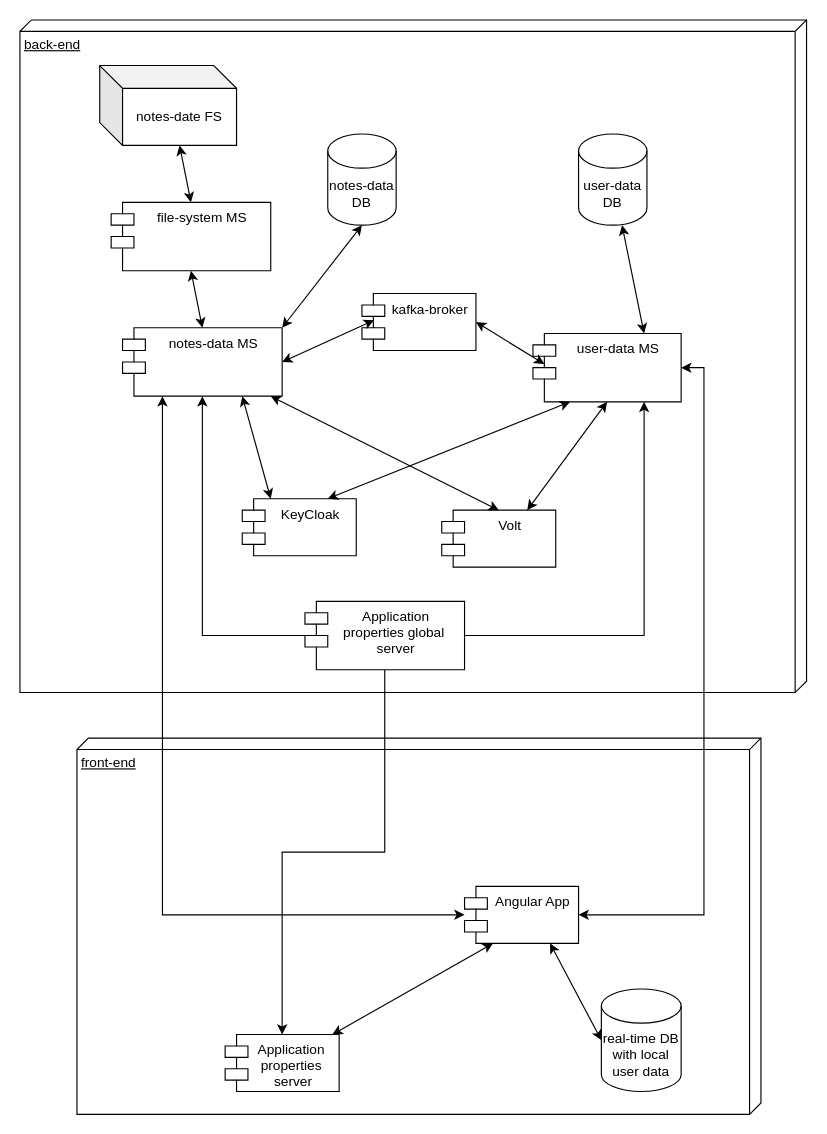
Earlier version of the draw.io diagram common/full structure/full structure.drawio (carakazov/notes-projects-diagrams). Source tidied: cells renumbered, new cells numbered last; positions are measured from the earlier drawing's top-left corner, leaving out a move shared by most shapes. Both pictures are drawn from the tidied source at 114%, with x=0, y=0 at pixel (19, 19).
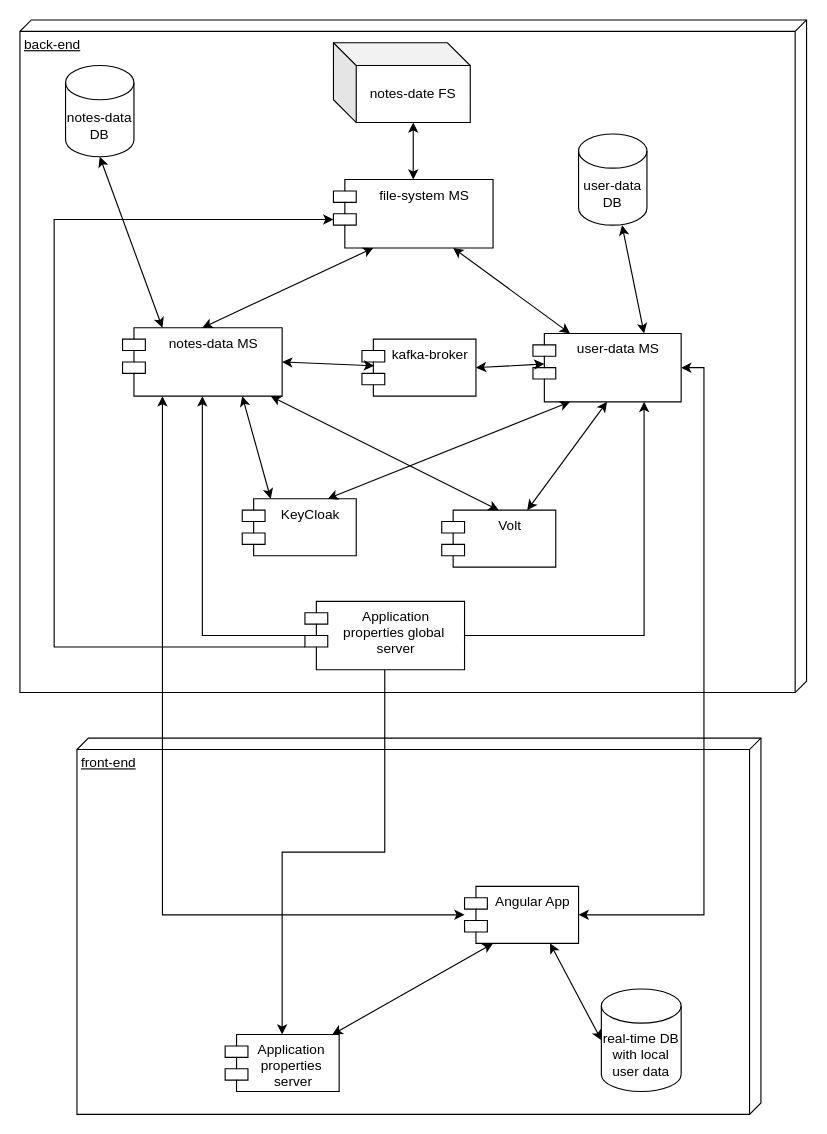
Above is the later version.

Commit message (it also covers changes not shown here):
full structure update

Unchanged cells that the change refers to:
```xml
<mxCell id="3" value="user-data MS" style="shape=module;align=left;spacingLeft=20;align=center;verticalAlign=top;" parent="1" vertex="1">
  <mxGeometry x="450" y="275" width="130" height="60" as="geometry" />
</mxCell>
<mxCell id="4" value="notes-data MS" style="shape=module;align=left;spacingLeft=20;align=center;verticalAlign=top;" parent="1" vertex="1">
  <mxGeometry x="90" y="270" width="140" height="60" as="geometry" />
</mxCell>
<mxCell id="30" value=" Application &#10;properties global &#10;server" style="shape=module;align=left;spacingLeft=20;align=center;verticalAlign=top;" parent="1" vertex="1">
  <mxGeometry x="250" y="510" width="140" height="60" as="geometry" />
</mxCell>
```

The edit, as a diff of the source:
```diff
@@
     <mxCell id="7" value="notes-data DB" style="shape=cylinder3;whiteSpace=wrap;html=1;boundedLbl=1;backgroundOutline=1;size=15;" parent="1" vertex="1">
-      <mxGeometry x="270" y="100" width="60" height="80" as="geometry" />
+      <mxGeometry x="40" y="40" width="60" height="80" as="geometry" />
     </mxCell>
-    <mxCell id="8" style="endArrow=classic;startArrow=classic;html=1;rounded=0;exitX=1;exitY=0;exitDx=0;exitDy=0;entryX=0.5;entryY=1;entryDx=0;entryDy=0;entryPerimeter=0;" parent="1" edge="1" source="4" target="7">
+    <mxCell id="8" style="endArrow=classic;startArrow=classic;html=1;rounded=0;exitX=0.25;exitY=0;exitDx=0;exitDy=0;entryX=0.5;entryY=1;entryDx=0;entryDy=0;entryPerimeter=0;" parent="1" edge="1" source="4" target="7">
       <mxGeometry relative="1" as="geometry" />
     </mxCell>
     <mxCell id="9" value="notes-date FS" style="shape=cube;whiteSpace=wrap;html=1;boundedLbl=1;backgroundOutline=1;darkOpacity=0.05;darkOpacity2=0.1;" parent="1" vertex="1">
-      <mxGeometry x="70" y="40" width="120" height="70" as="geometry" />
+      <mxGeometry x="275" y="20" width="120" height="70" as="geometry" />
     </mxCell>
     <mxCell id="10" value="kafka-broker" style="shape=module;align=left;spacingLeft=20;align=center;verticalAlign=top;" parent="1" vertex="1">
-      <mxGeometry x="300" y="240" width="100" height="50" as="geometry" />
+      <mxGeometry x="300" y="280" width="100" height="50" as="geometry" />
     </mxCell>
@@
+    <mxCell id="34" style="edgeStyle=orthogonalEdgeStyle;rounded=0;jettySize=auto;html=1;entryX=0;entryY=0;entryDx=0;entryDy=35;entryPerimeter=0;" parent="1" edge="1" source="30" target="31">
+      <mxGeometry relative="1" as="geometry">
+        <Array as="points">
+          <mxPoint x="30" y="550" />
+          <mxPoint x="30" y="175" />
+        </Array>
+      </mxGeometry>
+    </mxCell>
@@
     <mxCell id="31" value="file-system MS" style="shape=module;align=left;spacingLeft=20;align=center;verticalAlign=top;" parent="1" vertex="1">
-      <mxGeometry x="80" y="160" width="140" height="60" as="geometry" />
+      <mxGeometry x="275" y="140" width="140" height="60" as="geometry" />
     </mxCell>
-    <mxCell id="32" style="endArrow=classic;startArrow=classic;html=1;rounded=0;exitX=0.5;exitY=0;exitDx=0;exitDy=0;entryX=0.5;entryY=1;entryDx=0;entryDy=0;" parent="1" edge="1" source="4" target="31">
+    <mxCell id="32" style="endArrow=classic;startArrow=classic;html=1;rounded=0;exitX=0.5;exitY=0;exitDx=0;exitDy=0;entryX=0.25;entryY=1;entryDx=0;entryDy=0;" parent="1" edge="1" source="4" target="31">
       <mxGeometry relative="1" as="geometry" />
     </mxCell>
@@
+    <mxCell id="35" style="endArrow=classic;startArrow=classic;html=1;rounded=0;exitX=0.75;exitY=1;exitDx=0;exitDy=0;entryX=0.25;entryY=0;entryDx=0;entryDy=0;" parent="1" edge="1" source="31" target="3">
+      <mxGeometry relative="1" as="geometry" />
+    </mxCell>
```
